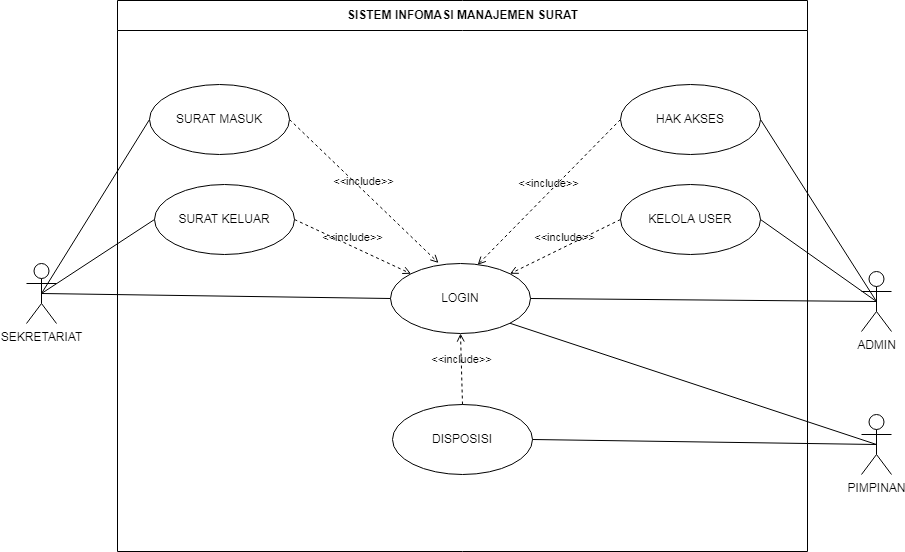
The draw.io diagram SKRIPSI/UML/1. USE CASE/USECASE.png in Rusadi-0/KULIAH, before a commit. Source tidied: cells renumbered, new cells last; positions are measured from the earlier drawing's top-left corner, leaving out a move shared by most shapes.
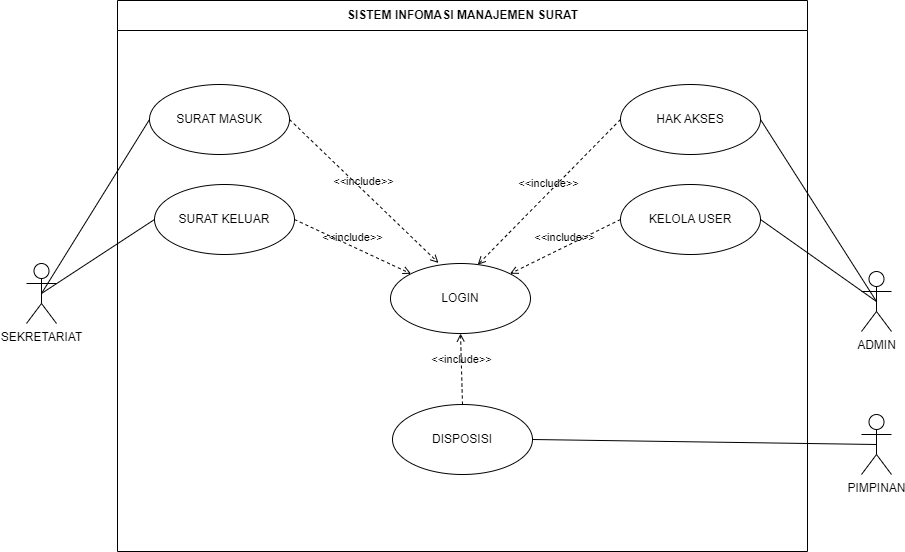
The same diagram one commit later.

The edit, as a diff of the source:
```diff
@@ -56,20 +56,11 @@
     <mxCell id="19" style="endArrow=none;html=1;rounded=0;exitX=0.5;exitY=0.5;exitDx=0;exitDy=0;exitPerimeter=0;entryX=0;entryY=0.5;entryDx=0;entryDy=0;" parent="1" edge="1" source="14" target="3">
       <mxGeometry relative="1" as="geometry" />
     </mxCell>
-    <mxCell id="20" style="endArrow=none;html=1;rounded=0;exitX=0.5;exitY=0.5;exitDx=0;exitDy=0;exitPerimeter=0;entryX=0;entryY=0.5;entryDx=0;entryDy=0;" parent="1" edge="1" source="14" target="8">
-      <mxGeometry relative="1" as="geometry" />
-    </mxCell>
     <mxCell id="21" style="edgeStyle=none;html=1;endArrow=none;verticalAlign=bottom;rounded=0;entryX=0.5;entryY=0.5;entryDx=0;entryDy=0;entryPerimeter=0;exitX=1;exitY=0.5;exitDx=0;exitDy=0;" parent="1" edge="1" source="6" target="18">
       <mxGeometry relative="1" as="geometry" />
     </mxCell>
     <mxCell id="22" style="edgeStyle=none;html=1;endArrow=none;verticalAlign=bottom;rounded=0;exitX=1;exitY=0.5;exitDx=0;exitDy=0;entryX=0.5;entryY=0.5;entryDx=0;entryDy=0;entryPerimeter=0;" parent="1" edge="1" source="7" target="18">
       <mxGeometry relative="1" as="geometry" />
     </mxCell>
-    <mxCell id="23" style="edgeStyle=none;html=1;endArrow=none;verticalAlign=bottom;rounded=0;exitX=1;exitY=0.5;exitDx=0;exitDy=0;entryX=0.5;entryY=0.5;entryDx=0;entryDy=0;entryPerimeter=0;" parent="1" edge="1" source="8" target="18">
-      <mxGeometry relative="1" as="geometry" />
-    </mxCell>
-    <mxCell id="24" style="edgeStyle=none;html=1;endArrow=none;verticalAlign=bottom;rounded=0;exitX=1;exitY=1;exitDx=0;exitDy=0;entryX=0.5;entryY=0.5;entryDx=0;entryDy=0;entryPerimeter=0;" parent="1" edge="1" source="8" target="15">
-      <mxGeometry relative="1" as="geometry" />
-    </mxCell>
   </root>
 </mxGraphModel>
```
